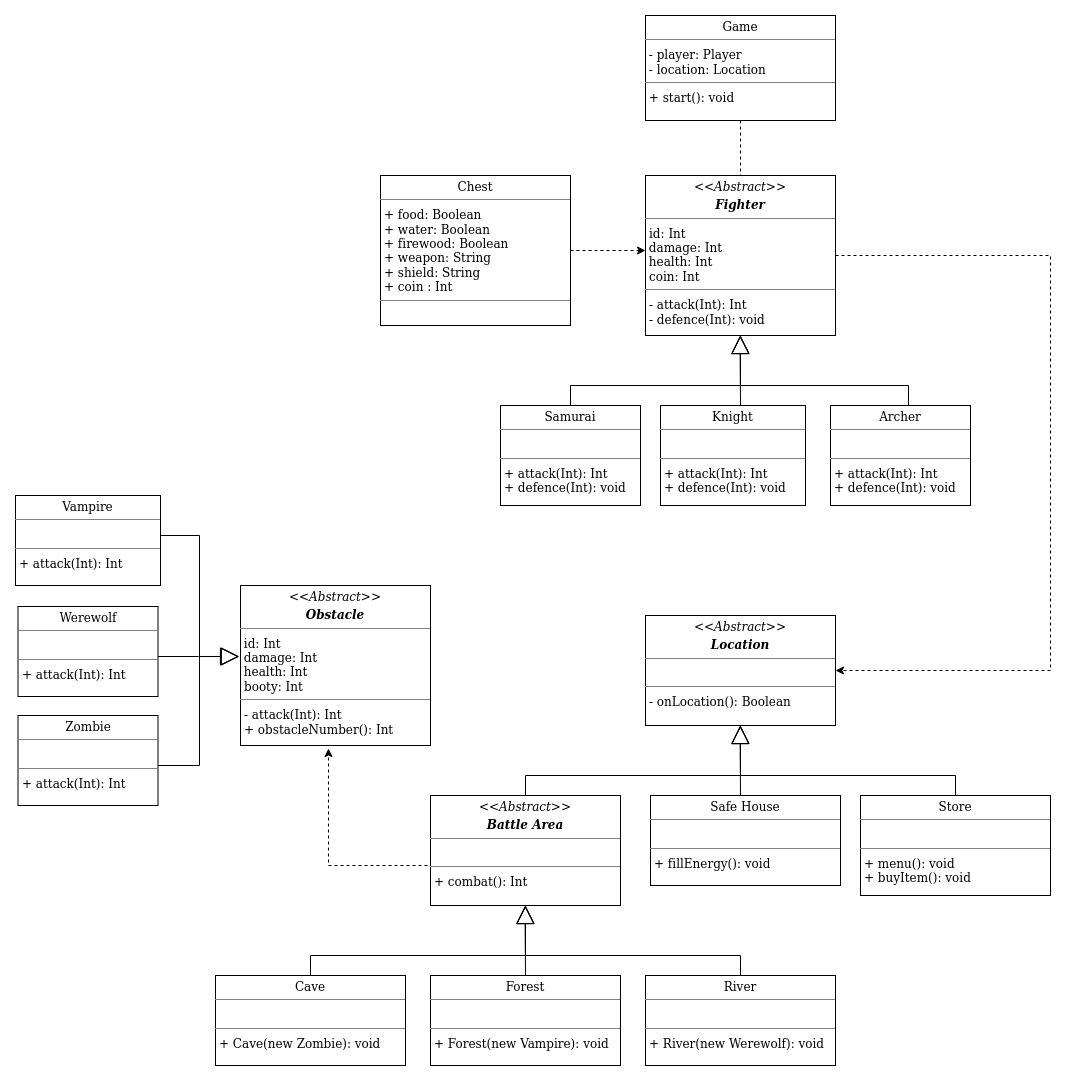
The draw.io diagram adventureGame/adventureGameUML.png in koixos/Java102, before a commit. Source tidied: cells renumbered, new cells last; positions are measured from the earlier drawing's top-left corner, leaving out a move shared by most shapes.
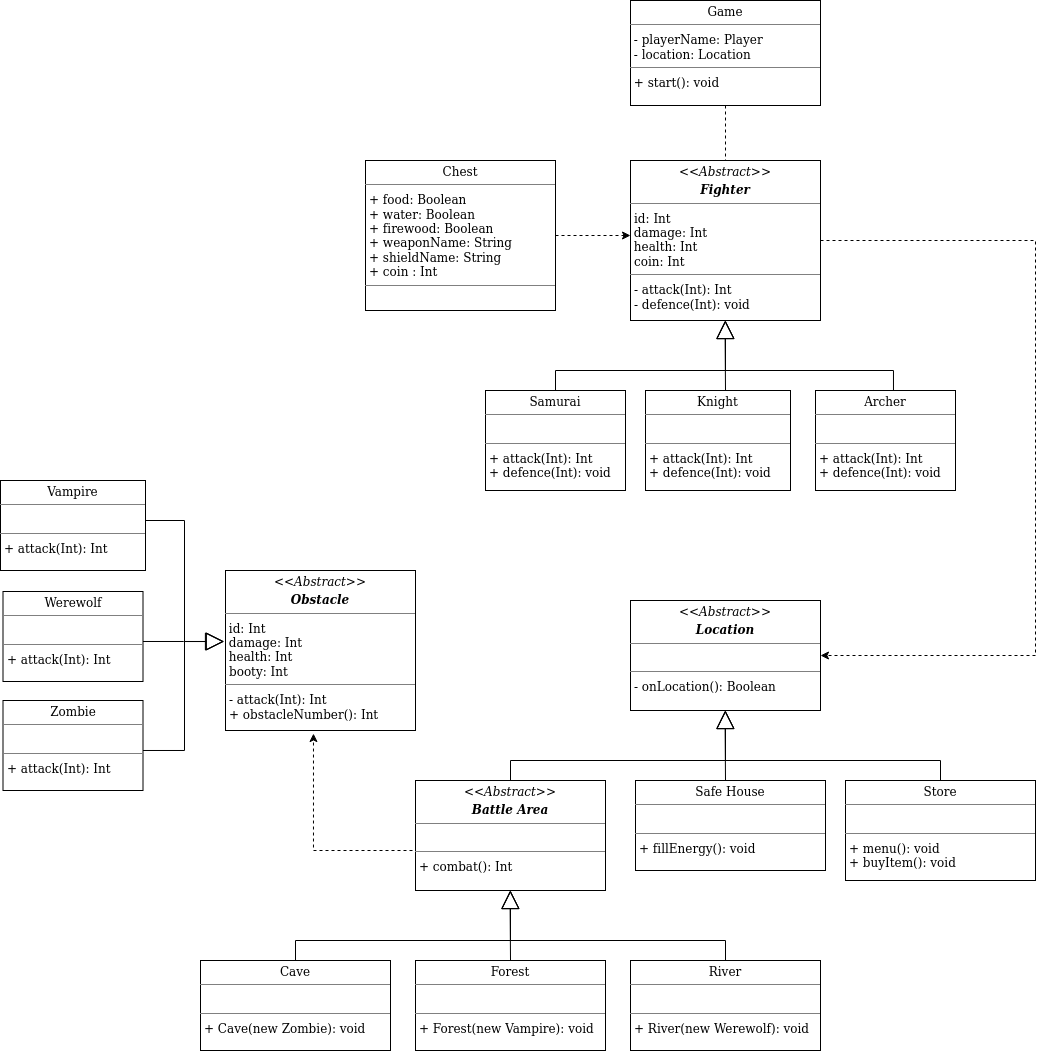
The same diagram one commit later.

Diff of the diagram source:
```diff
@@ -66,7 +66,7 @@
     <mxCell id="13" style="edgeStyle=elbowEdgeStyle;rounded=0;jettySize=auto;elbow=vertical;html=1;dashed=1;" parent="1" edge="1" source="14" target="3">
       <mxGeometry relative="1" as="geometry" />
     </mxCell>
-    <mxCell id="14" value="&lt;p style=&quot;margin:0px;margin-top:4px;text-align:center;&quot;&gt;Chest&lt;/p&gt;&lt;hr size=&quot;1&quot;&gt;&lt;p style=&quot;margin:0px;margin-left:4px;&quot;&gt;+ food: Boolean&lt;br&gt;+ water: Boolean&lt;/p&gt;&lt;p style=&quot;margin:0px;margin-left:4px;&quot;&gt;+ firewood: Boolean&lt;/p&gt;&lt;p style=&quot;margin:0px;margin-left:4px;&quot;&gt;+ weapon: String&lt;/p&gt;&lt;p style=&quot;margin:0px;margin-left:4px;&quot;&gt;+ shield: String&lt;br&gt;&lt;/p&gt;&lt;p style=&quot;margin:0px;margin-left:4px;&quot;&gt;+ coin : Int&lt;/p&gt;&lt;hr size=&quot;1&quot;&gt;" style="verticalAlign=top;align=left;overflow=fill;fontSize=12;fontFamily=Helvetica;html=1;" parent="1" vertex="1">
+    <mxCell id="14" value="&lt;p style=&quot;margin:0px;margin-top:4px;text-align:center;&quot;&gt;Chest&lt;/p&gt;&lt;hr size=&quot;1&quot;&gt;&lt;p style=&quot;margin:0px;margin-left:4px;&quot;&gt;+ food: Boolean&lt;br&gt;+ water: Boolean&lt;/p&gt;&lt;p style=&quot;margin:0px;margin-left:4px;&quot;&gt;+ firewood: Boolean&lt;/p&gt;&lt;p style=&quot;margin:0px;margin-left:4px;&quot;&gt;+ weaponName: String&lt;/p&gt;&lt;p style=&quot;margin:0px;margin-left:4px;&quot;&gt;+ shieldName: String&lt;br&gt;&lt;/p&gt;&lt;p style=&quot;margin:0px;margin-left:4px;&quot;&gt;+ coin : Int&lt;/p&gt;&lt;hr size=&quot;1&quot;&gt;" style="verticalAlign=top;align=left;overflow=fill;fontSize=12;fontFamily=Helvetica;html=1;" parent="1" vertex="1">
       <mxGeometry x="365" y="160" width="190" height="150" as="geometry" />
     </mxCell>
     <mxCell id="15" value="&lt;p style=&quot;margin:0px;margin-top:4px;text-align:center;&quot;&gt;&lt;i&gt;&amp;lt;&amp;lt;Abstract&amp;gt;&amp;gt;&lt;/i&gt;&lt;b&gt;&lt;br&gt;&lt;/b&gt;&lt;/p&gt;&lt;p style=&quot;margin:0px;margin-top:4px;text-align:center;&quot;&gt;&lt;i&gt;&lt;b&gt;Location&lt;/b&gt;&lt;/i&gt;&lt;br&gt;&lt;/p&gt;&lt;hr size=&quot;1&quot;&gt;&lt;p style=&quot;margin:0px;margin-left:4px;&quot;&gt;&lt;br&gt;&lt;/p&gt;&lt;hr size=&quot;1&quot;&gt;&lt;p style=&quot;margin:0px;margin-left:4px;&quot;&gt;- onLocation(): Boolean&lt;br&gt;&lt;/p&gt;" style="verticalAlign=top;align=left;overflow=fill;fontSize=12;fontFamily=Helvetica;html=1;" parent="1" vertex="1">
@@ -110,7 +110,7 @@
     <mxCell id="23" style="edgeStyle=elbowEdgeStyle;rounded=0;jettySize=auto;elbow=vertical;html=1;dashed=1;endArrow=none;endFill=0;" parent="1" edge="1" source="24" target="3">
       <mxGeometry relative="1" as="geometry" />
     </mxCell>
-    <mxCell id="24" value="&lt;p style=&quot;margin:0px;margin-top:4px;text-align:center;&quot;&gt;Game&lt;br&gt;&lt;/p&gt;&lt;hr size=&quot;1&quot;&gt;&lt;div&gt;&amp;nbsp;- player: Player&lt;/div&gt;&lt;div&gt;&amp;nbsp;- location: Location&lt;br&gt;&lt;/div&gt;&lt;hr size=&quot;1&quot;&gt;&amp;nbsp;+ start(): void" style="verticalAlign=top;align=left;overflow=fill;fontSize=12;fontFamily=Helvetica;html=1;" parent="1" vertex="1">
+    <mxCell id="24" value="&lt;p style=&quot;margin:0px;margin-top:4px;text-align:center;&quot;&gt;Game&lt;br&gt;&lt;/p&gt;&lt;hr size=&quot;1&quot;&gt;&lt;div&gt;&amp;nbsp;- playerName: Player&lt;/div&gt;&lt;div&gt;&amp;nbsp;- location: Location&lt;br&gt;&lt;/div&gt;&lt;hr size=&quot;1&quot;&gt;&amp;nbsp;+ start(): void" style="verticalAlign=top;align=left;overflow=fill;fontSize=12;fontFamily=Helvetica;html=1;" parent="1" vertex="1">
       <mxGeometry x="630" width="190" height="105" as="geometry" />
     </mxCell>
     <mxCell id="25" value="&lt;p style=&quot;margin:0px;margin-top:4px;text-align:center;&quot;&gt;Cave&lt;br&gt;&lt;/p&gt;&lt;hr size=&quot;1&quot;&gt;&lt;p style=&quot;margin:0px;margin-left:4px;&quot;&gt;&lt;br&gt;&lt;/p&gt;&lt;hr size=&quot;1&quot;&gt;&lt;p style=&quot;margin:0px;margin-left:4px;&quot;&gt;+ Cave(new Zombie): void &lt;br&gt;&lt;/p&gt;" style="verticalAlign=top;align=left;overflow=fill;fontSize=12;fontFamily=Helvetica;html=1;" parent="1" vertex="1">
```
